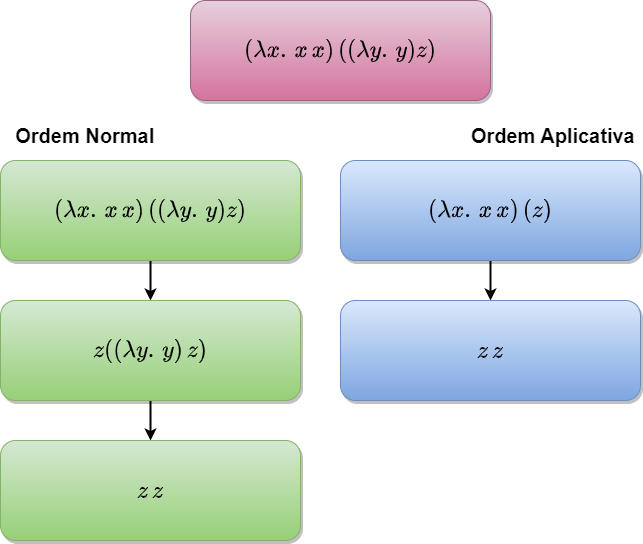
frankalcantara/frankalcantara.github.io keeps this draw.io diagram as assets/images/normvsaplic.png. Above is the earlier version. Source tidied: cells renumbered, new cells last; positions are measured from the earlier drawing's top-left corner, leaving out a move shared by most shapes. Source of this version:
```xml
<mxGraphModel math="1">
  <root>
    <mxCell id="0" />
    <mxCell id="1" parent="0" />
    <mxCell id="2" value="$$(\lambda x.\, x \, x)\, ((\lambda y. \, y) z)$$" style="rounded=1;whiteSpace=wrap;html=1;shadow=1;fontSize=20;fillColor=#e6d0de;gradientColor=#d5739d;strokeColor=#996185;" parent="1" vertex="1">
      <mxGeometry x="190" width="300" height="100" as="geometry" />
    </mxCell>
    <mxCell id="3" style="edgeStyle=none;rounded=0;jettySize=auto;html=1;entryX=0.5;entryY=0;entryDx=0;entryDy=0;strokeWidth=2;fontSize=20;" parent="1" edge="1" source="4" target="6">
      <mxGeometry relative="1" as="geometry" />
    </mxCell>
    <mxCell id="4" value="$$(\lambda x.\, x \, x)\, ((\lambda y. \, y) z)$$" style="rounded=1;whiteSpace=wrap;html=1;shadow=1;fontSize=20;fillColor=#d5e8d4;gradientColor=#97d077;strokeColor=#82b366;" parent="1" vertex="1">
      <mxGeometry y="160" width="300" height="100" as="geometry" />
    </mxCell>
    <mxCell id="5" style="edgeStyle=none;rounded=0;jettySize=auto;html=1;entryX=0.5;entryY=0;entryDx=0;entryDy=0;strokeWidth=2;fontSize=20;" parent="1" edge="1" source="6" target="7">
      <mxGeometry relative="1" as="geometry" />
    </mxCell>
    <mxCell id="6" value="$$z((\lambda y. \, y)\, z)$$" style="rounded=1;whiteSpace=wrap;html=1;shadow=1;fontSize=20;fillColor=#d5e8d4;gradientColor=#97d077;strokeColor=#82b366;" parent="1" vertex="1">
      <mxGeometry y="300" width="300" height="100" as="geometry" />
    </mxCell>
    <mxCell id="7" value="$$z\, z$$" style="rounded=1;whiteSpace=wrap;html=1;shadow=1;fontSize=20;fillColor=#d5e8d4;gradientColor=#97d077;strokeColor=#82b366;" parent="1" vertex="1">
      <mxGeometry y="440" width="300" height="100" as="geometry" />
    </mxCell>
    <mxCell id="8" style="edgeStyle=none;rounded=0;jettySize=auto;html=1;entryX=0.5;entryY=0;entryDx=0;entryDy=0;strokeWidth=2;fontSize=20;fillColor=#dae8fc;gradientColor=#7ea6e0;strokeColor=#030405;" parent="1" edge="1" source="9" target="10">
      <mxGeometry relative="1" as="geometry" />
    </mxCell>
    <mxCell id="9" value="$$(\lambda x.\, x \, x)\, (z)$$" style="rounded=1;whiteSpace=wrap;html=1;shadow=1;fontSize=20;fillColor=#dae8fc;gradientColor=#7ea6e0;strokeColor=#6c8ebf;" parent="1" vertex="1">
      <mxGeometry x="340" y="160" width="300" height="100" as="geometry" />
    </mxCell>
    <mxCell id="10" value="$$z \, z$$" style="rounded=1;whiteSpace=wrap;html=1;shadow=1;fontSize=20;fillColor=#dae8fc;gradientColor=#7ea6e0;strokeColor=#6c8ebf;" parent="1" vertex="1">
      <mxGeometry x="340" y="300" width="300" height="100" as="geometry" />
    </mxCell>
    <mxCell id="11" value="Ordem Normal&amp;nbsp; &amp;nbsp; &amp;nbsp; &amp;nbsp; &amp;nbsp; &amp;nbsp; &amp;nbsp; &amp;nbsp; &amp;nbsp; &amp;nbsp; &amp;nbsp; &amp;nbsp; &amp;nbsp; &amp;nbsp; &amp;nbsp; &amp;nbsp; &amp;nbsp; &amp;nbsp; &amp;nbsp; &amp;nbsp; &amp;nbsp; &amp;nbsp; &amp;nbsp; &amp;nbsp; &amp;nbsp; &amp;nbsp; &amp;nbsp; &amp;nbsp; &amp;nbsp;Ordem Aplicativa" style="text;html=1;strokeColor=none;fillColor=none;align=center;verticalAlign=middle;whiteSpace=wrap;rounded=0;shadow=1;fontSize=20;fontStyle=1;" parent="1" vertex="1">
      <mxGeometry x="10" y="120" width="630" height="30" as="geometry" />
    </mxCell>
  </root>
</mxGraphModel>
```
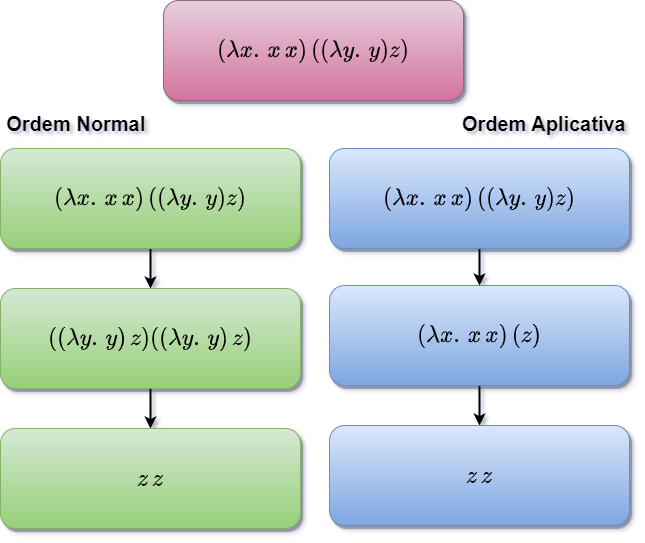
The same file after the commit.

Diff of the diagram source:
```diff
@@ -3,34 +3,40 @@
     <mxCell id="0" />
     <mxCell id="1" parent="0" />
     <mxCell id="2" value="$$(\lambda x.\, x \, x)\, ((\lambda y. \, y) z)$$" style="rounded=1;whiteSpace=wrap;html=1;shadow=1;fontSize=20;fillColor=#e6d0de;gradientColor=#d5739d;strokeColor=#996185;" parent="1" vertex="1">
-      <mxGeometry x="190" width="300" height="100" as="geometry" />
+      <mxGeometry x="172" y="12" width="300" height="100" as="geometry" />
     </mxCell>
     <mxCell id="3" style="edgeStyle=none;rounded=0;jettySize=auto;html=1;entryX=0.5;entryY=0;entryDx=0;entryDy=0;strokeWidth=2;fontSize=20;" parent="1" edge="1" source="4" target="6">
       <mxGeometry relative="1" as="geometry" />
     </mxCell>
     <mxCell id="4" value="$$(\lambda x.\, x \, x)\, ((\lambda y. \, y) z)$$" style="rounded=1;whiteSpace=wrap;html=1;shadow=1;fontSize=20;fillColor=#d5e8d4;gradientColor=#97d077;strokeColor=#82b366;" parent="1" vertex="1">
-      <mxGeometry y="160" width="300" height="100" as="geometry" />
+      <mxGeometry x="9" y="160" width="300" height="100" as="geometry" />
     </mxCell>
     <mxCell id="5" style="edgeStyle=none;rounded=0;jettySize=auto;html=1;entryX=0.5;entryY=0;entryDx=0;entryDy=0;strokeWidth=2;fontSize=20;" parent="1" edge="1" source="6" target="7">
       <mxGeometry relative="1" as="geometry" />
     </mxCell>
-    <mxCell id="6" value="$$z((\lambda y. \, y)\, z)$$" style="rounded=1;whiteSpace=wrap;html=1;shadow=1;fontSize=20;fillColor=#d5e8d4;gradientColor=#97d077;strokeColor=#82b366;" parent="1" vertex="1">
-      <mxGeometry y="300" width="300" height="100" as="geometry" />
+    <mxCell id="6" value="$$((\lambda y. \, y)\, z)((\lambda y. \, y)\, z)$$" style="rounded=1;whiteSpace=wrap;html=1;shadow=1;fontSize=20;fillColor=#d5e8d4;gradientColor=#97d077;strokeColor=#82b366;" parent="1" vertex="1">
+      <mxGeometry x="9" y="300" width="300" height="100" as="geometry" />
     </mxCell>
     <mxCell id="7" value="$$z\, z$$" style="rounded=1;whiteSpace=wrap;html=1;shadow=1;fontSize=20;fillColor=#d5e8d4;gradientColor=#97d077;strokeColor=#82b366;" parent="1" vertex="1">
-      <mxGeometry y="440" width="300" height="100" as="geometry" />
+      <mxGeometry x="9" y="440" width="300" height="100" as="geometry" />
     </mxCell>
     <mxCell id="8" style="edgeStyle=none;rounded=0;jettySize=auto;html=1;entryX=0.5;entryY=0;entryDx=0;entryDy=0;strokeWidth=2;fontSize=20;fillColor=#dae8fc;gradientColor=#7ea6e0;strokeColor=#030405;" parent="1" edge="1" source="9" target="10">
       <mxGeometry relative="1" as="geometry" />
     </mxCell>
     <mxCell id="9" value="$$(\lambda x.\, x \, x)\, (z)$$" style="rounded=1;whiteSpace=wrap;html=1;shadow=1;fontSize=20;fillColor=#dae8fc;gradientColor=#7ea6e0;strokeColor=#6c8ebf;" parent="1" vertex="1">
-      <mxGeometry x="340" y="160" width="300" height="100" as="geometry" />
+      <mxGeometry x="338" y="297" width="300" height="100" as="geometry" />
     </mxCell>
     <mxCell id="10" value="$$z \, z$$" style="rounded=1;whiteSpace=wrap;html=1;shadow=1;fontSize=20;fillColor=#dae8fc;gradientColor=#7ea6e0;strokeColor=#6c8ebf;" parent="1" vertex="1">
-      <mxGeometry x="340" y="300" width="300" height="100" as="geometry" />
+      <mxGeometry x="338" y="437" width="300" height="100" as="geometry" />
     </mxCell>
     <mxCell id="11" value="Ordem Normal&amp;nbsp; &amp;nbsp; &amp;nbsp; &amp;nbsp; &amp;nbsp; &amp;nbsp; &amp;nbsp; &amp;nbsp; &amp;nbsp; &amp;nbsp; &amp;nbsp; &amp;nbsp; &amp;nbsp; &amp;nbsp; &amp;nbsp; &amp;nbsp; &amp;nbsp; &amp;nbsp; &amp;nbsp; &amp;nbsp; &amp;nbsp; &amp;nbsp; &amp;nbsp; &amp;nbsp; &amp;nbsp; &amp;nbsp; &amp;nbsp; &amp;nbsp; &amp;nbsp;Ordem Aplicativa" style="text;html=1;strokeColor=none;fillColor=none;align=center;verticalAlign=middle;whiteSpace=wrap;rounded=0;shadow=1;fontSize=20;fontStyle=1;" parent="1" vertex="1">
       <mxGeometry x="10" y="120" width="630" height="30" as="geometry" />
     </mxCell>
+    <mxCell id="12" style="edgeStyle=orthogonalEdgeStyle;rounded=0;jettySize=auto;html=1;entryX=0.5;entryY=0;entryDx=0;entryDy=0;strokeWidth=2;" parent="1" edge="1" source="13" target="9">
+      <mxGeometry relative="1" as="geometry" />
+    </mxCell>
+    <mxCell id="13" value="$$(\lambda x.\, x \, x)\, ((\lambda y. \, y) z)$$" style="rounded=1;whiteSpace=wrap;html=1;shadow=1;fontSize=20;fillColor=#dae8fc;gradientColor=#7ea6e0;strokeColor=#6c8ebf;" parent="1" vertex="1">
+      <mxGeometry x="338" y="160" width="300" height="100" as="geometry" />
+    </mxCell>
   </root>
 </mxGraphModel>
```
